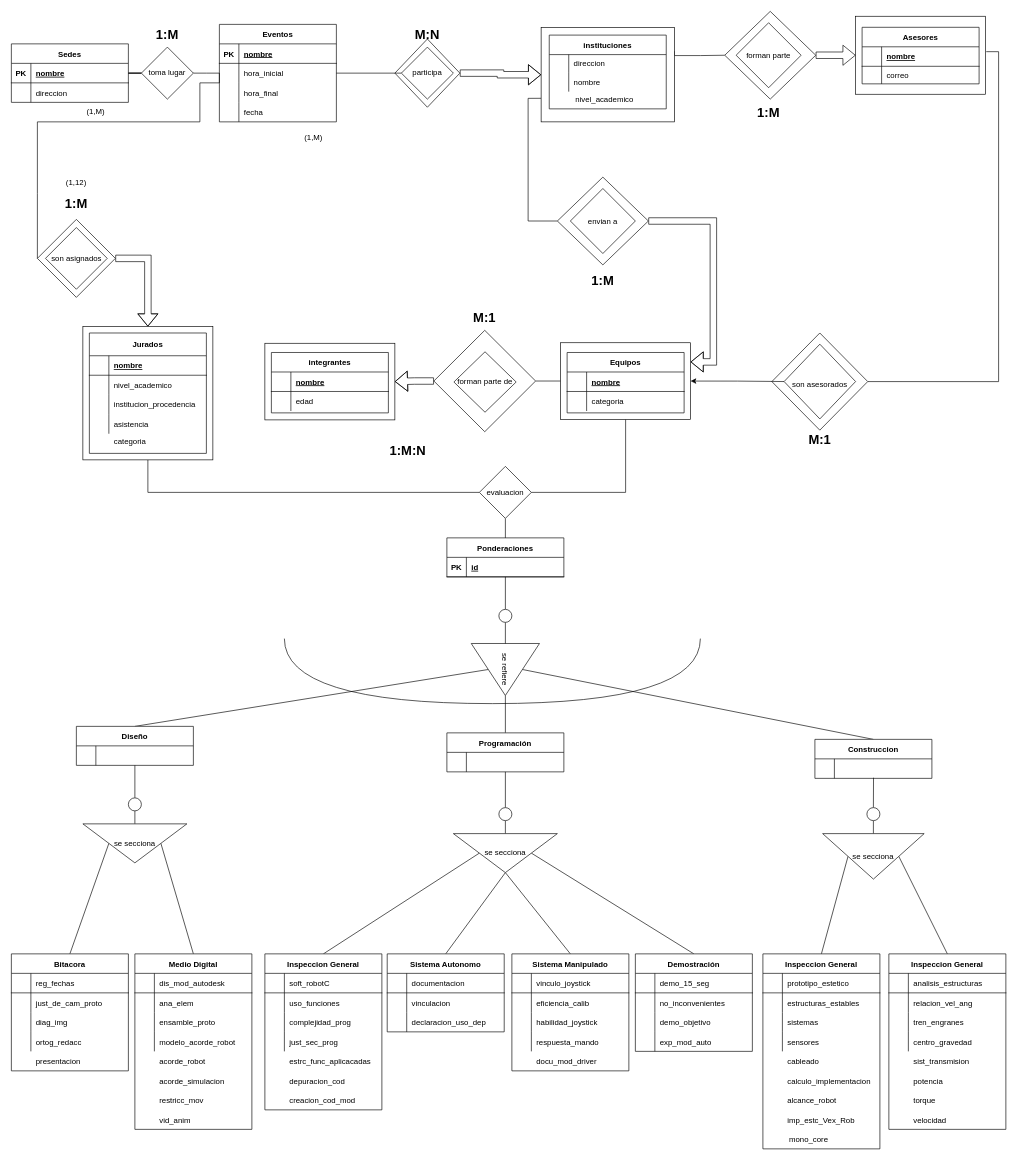
This is Equipo chido UWU Diagrama ER Proyecto (2).drawio from LuisRV16/Proyecto-TBD, a draw.io file, before an edit. Source tidied: cells renumbered, new cells numbered last; positions are measured from the earlier drawing's top-left corner, leaving out a move shared by most shapes. Both pictures are drawn from the tidied source at 65%, with x=0, y=0 at pixel (11, 11).
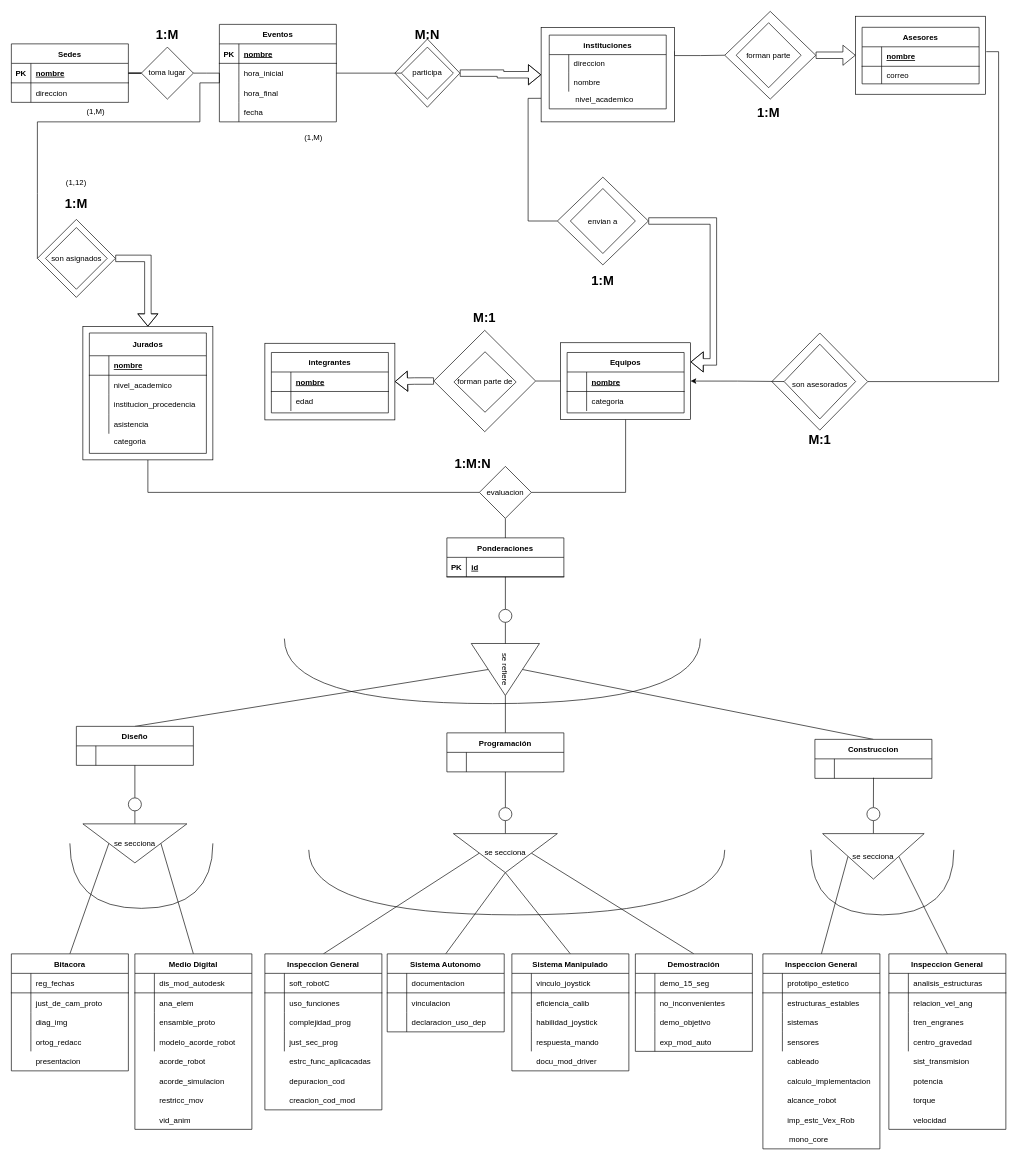
Above is the later version.

Commit message (it also covers changes not shown here):
Actualización a Diagrama ER

What changed in the source:
```diff
@@
     <mxCell id="100" value="&lt;b&gt;&lt;font style=&quot;font-size: 20px;&quot;&gt;1:M:N&lt;/font&gt;&lt;/b&gt;" style="text;html=1;strokeColor=none;fillColor=none;align=center;verticalAlign=middle;whiteSpace=wrap;rounded=0;" parent="1" vertex="1">
-      <mxGeometry x="580" y="660" width="60" height="30" as="geometry" />
+      <mxGeometry x="680" y="680" width="60" height="30" as="geometry" />
     </mxCell>
@@
+    <mxCell id="281" style="endArrow=none;html=1;rounded=0;edgeStyle=orthogonalEdgeStyle;curved=1;" parent="1" edge="1">
+      <mxGeometry relative="1" as="geometry">
+        <mxPoint x="457.5" y="1290" as="sourcePoint" />
+        <mxPoint x="1097.5" y="1290" as="targetPoint" />
+        <Array as="points">
+          <mxPoint x="457.5" y="1390" />
+          <mxPoint x="1097.5" y="1390" />
+        </Array>
+      </mxGeometry>
+    </mxCell>
+    <mxCell id="282" style="endArrow=none;html=1;rounded=0;edgeStyle=orthogonalEdgeStyle;curved=1;" parent="1" edge="1">
+      <mxGeometry relative="1" as="geometry">
+        <mxPoint x="90" y="1280" as="sourcePoint" />
+        <mxPoint x="310" y="1280" as="targetPoint" />
+        <Array as="points">
+          <mxPoint x="90" y="1380" />
+          <mxPoint x="310" y="1380" />
+        </Array>
+      </mxGeometry>
+    </mxCell>
+    <mxCell id="283" style="endArrow=none;html=1;rounded=0;edgeStyle=orthogonalEdgeStyle;curved=1;" parent="1" edge="1">
+      <mxGeometry relative="1" as="geometry">
+        <mxPoint x="1230" y="1290" as="sourcePoint" />
+        <mxPoint x="1450" y="1290" as="targetPoint" />
+        <Array as="points">
+          <mxPoint x="1230" y="1390" />
+          <mxPoint x="1450" y="1390" />
+        </Array>
+      </mxGeometry>
+    </mxCell>
```
